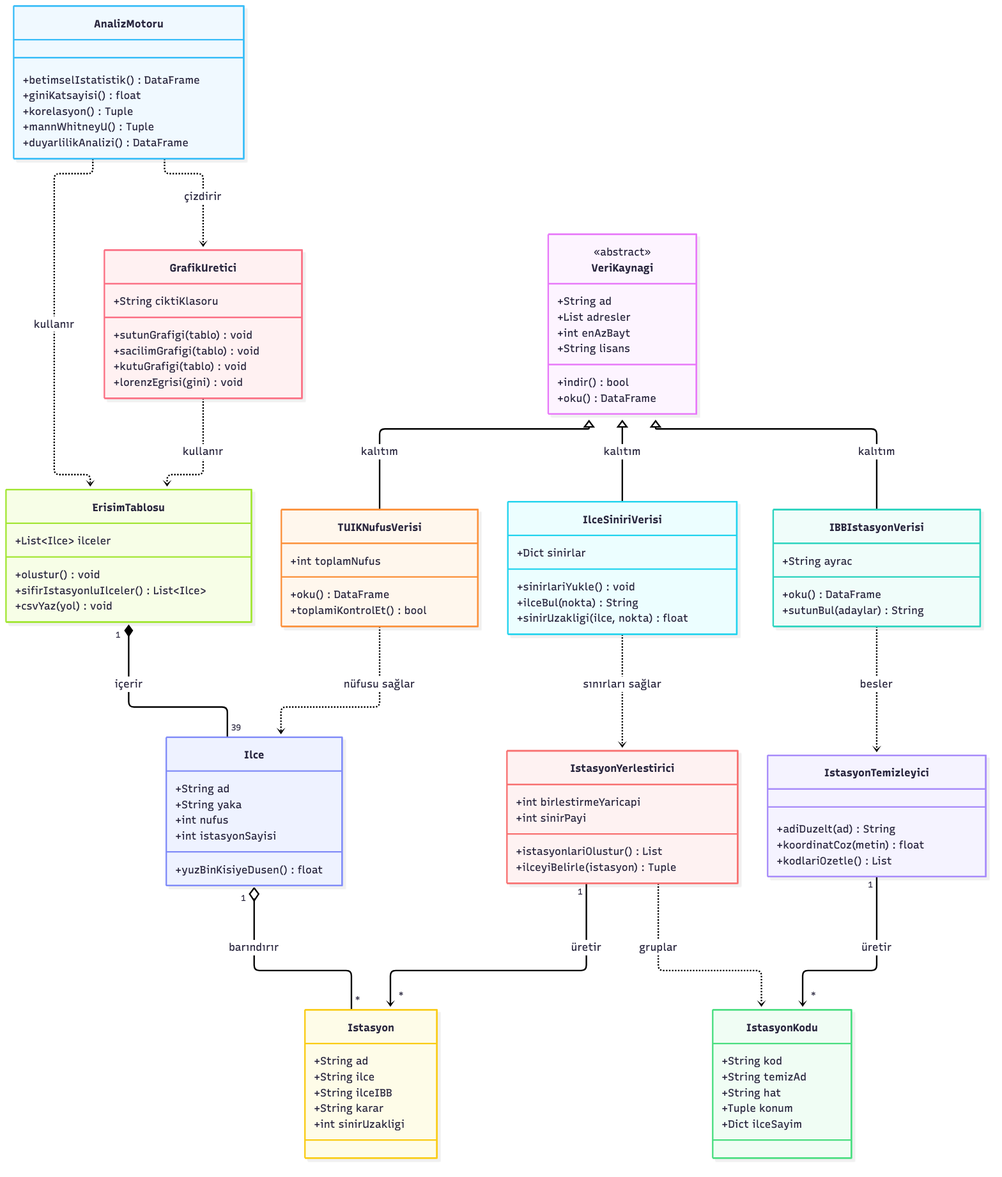
The Mermaid diagram uml/3_class.png in yunusyegen/istanbul-rayli-sistem-erisim, before a commit. Its source is kept beside it as uml/3_class.mmd.
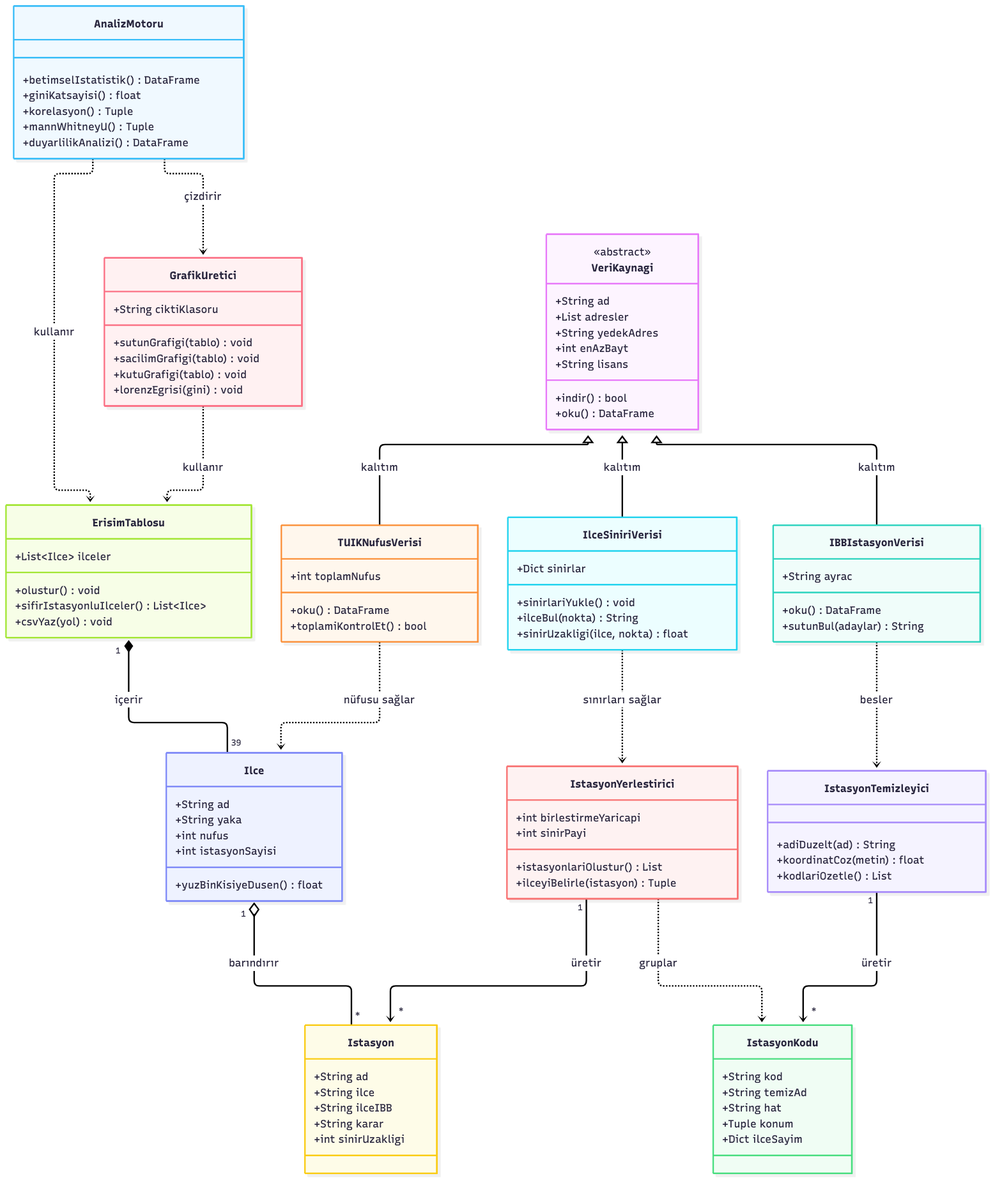
After the change.

Commit message:
README, veri/README ve UML: yedek özet tablo, Colab'da İBB bağlantı sorunu belgelendi (#16)

Change to the diagram source:
```diff
@@ -3,6 +3,7 @@
         <<abstract>>
         +String ad
         +List adresler
+        +String yedekAdres
         +int enAzBayt
         +String lisans
         +indir() bool
```
